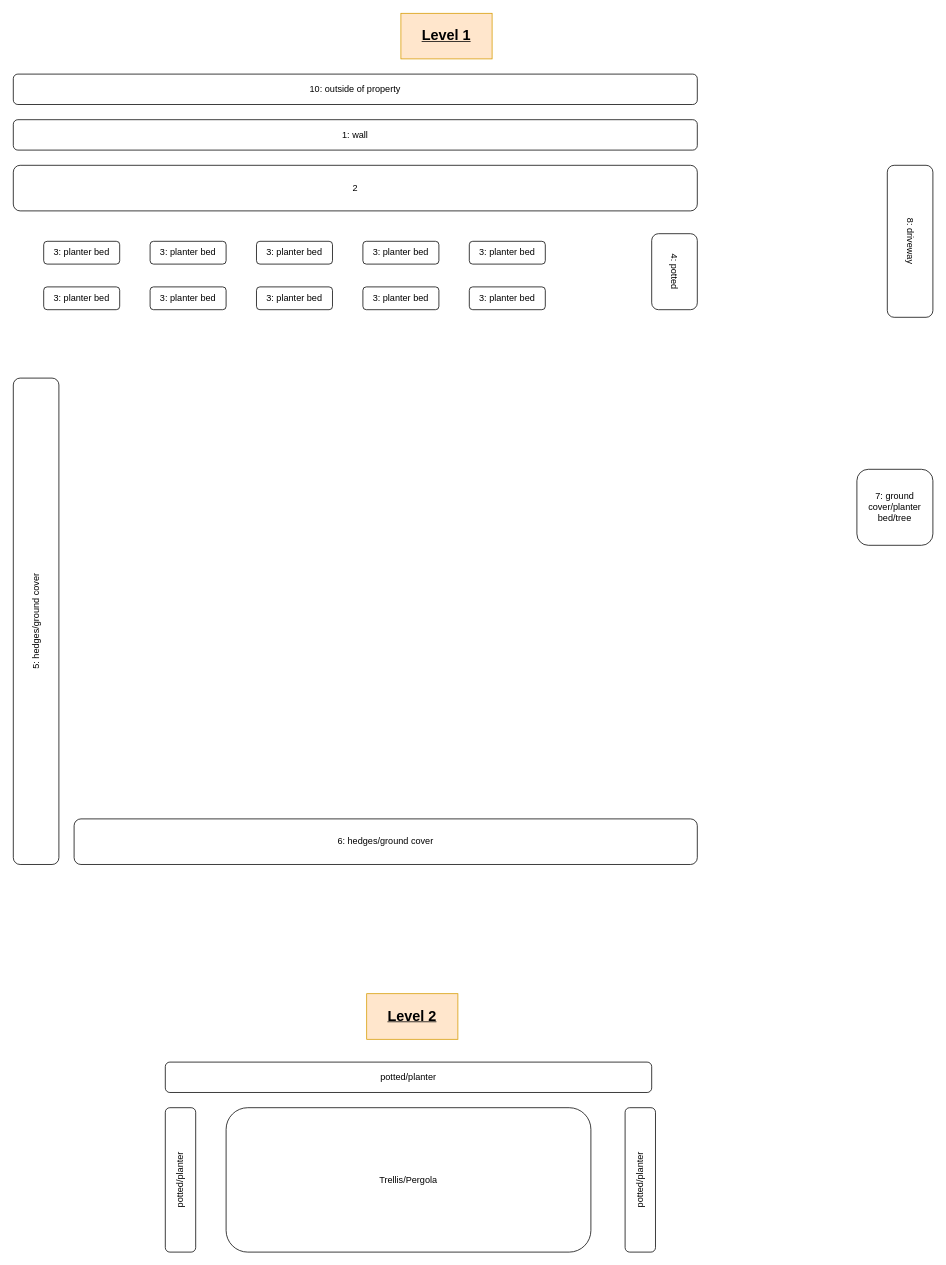
The draw.io diagram gardening_planning.drawio in vigneshvalliappan/gardening, before the edit. Source tidied: cells renumbered, new cells numbered last; positions are measured from the earlier drawing's top-left corner, leaving out a move shared by most shapes. Both pictures are drawn from the tidied source at 76%, with x=0, y=0 at pixel (-207, 13).
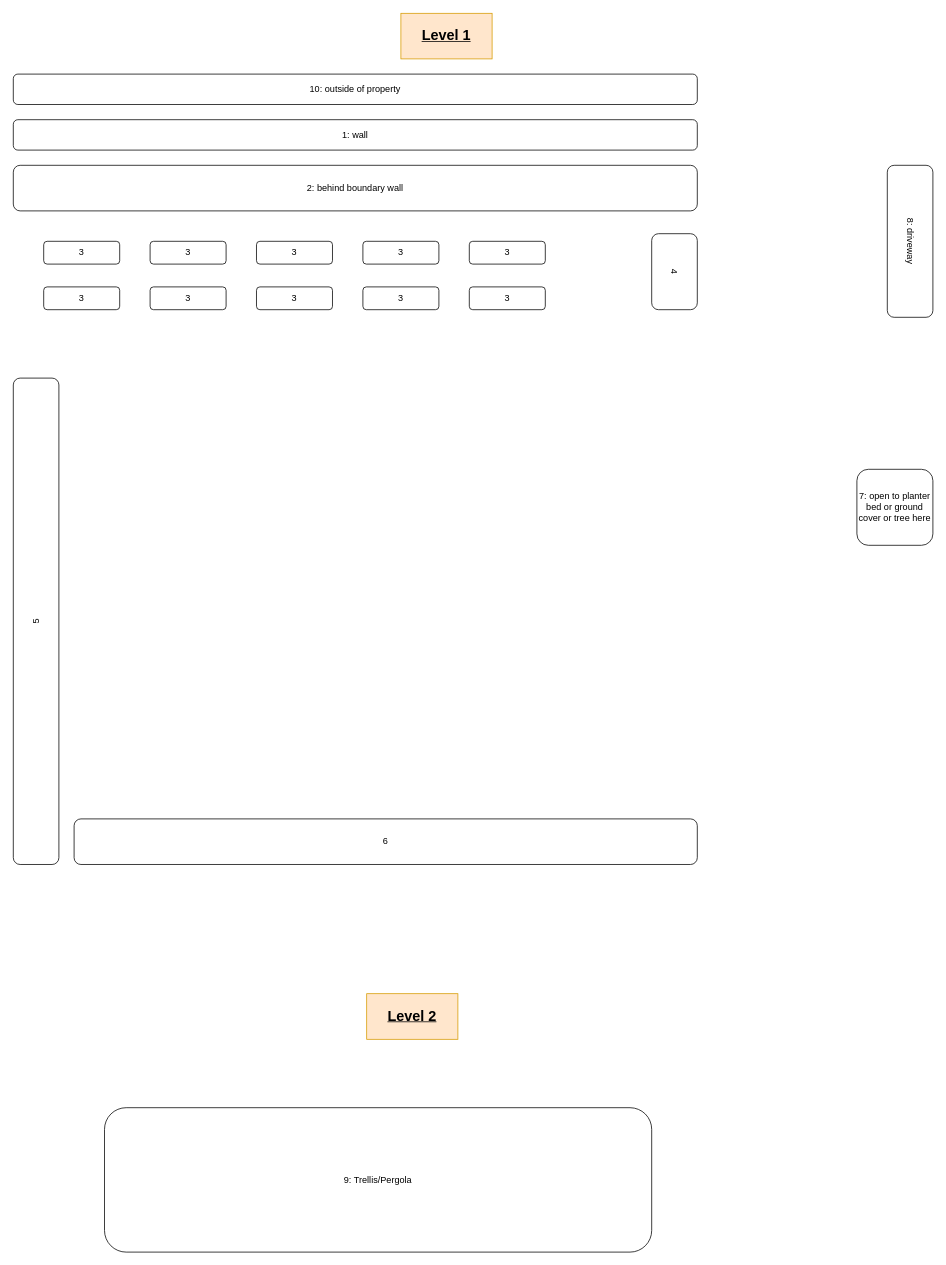
The same page after the edit.

The edit, as a diff of the source:
```diff
@@
-    <mxCell id="2" value="3: planter bed" style="rounded=1;whiteSpace=wrap;html=1;" parent="1" vertex="1">
+    <mxCell id="2" value="3" style="rounded=1;whiteSpace=wrap;html=1;" parent="1" vertex="1">
       <mxGeometry x="330" y="300" width="100" height="30" as="geometry" />
     </mxCell>
-    <mxCell id="3" value="3: planter bed" style="rounded=1;whiteSpace=wrap;html=1;" parent="1" vertex="1">
+    <mxCell id="3" value="3" style="rounded=1;whiteSpace=wrap;html=1;" parent="1" vertex="1">
       <mxGeometry x="330" y="360" width="100" height="30" as="geometry" />
     </mxCell>
-    <mxCell id="4" value="3: planter bed" style="rounded=1;whiteSpace=wrap;html=1;" parent="1" vertex="1">
+    <mxCell id="4" value="3" style="rounded=1;whiteSpace=wrap;html=1;" parent="1" vertex="1">
       <mxGeometry x="470" y="300" width="100" height="30" as="geometry" />
     </mxCell>
-    <mxCell id="5" value="3: planter bed" style="rounded=1;whiteSpace=wrap;html=1;" parent="1" vertex="1">
+    <mxCell id="5" value="3" style="rounded=1;whiteSpace=wrap;html=1;" parent="1" vertex="1">
       <mxGeometry x="470" y="360" width="100" height="30" as="geometry" />
     </mxCell>
-    <mxCell id="6" value="3: planter bed" style="rounded=1;whiteSpace=wrap;html=1;" parent="1" vertex="1">
+    <mxCell id="6" value="3" style="rounded=1;whiteSpace=wrap;html=1;" parent="1" vertex="1">
       <mxGeometry x="610" y="300" width="100" height="30" as="geometry" />
     </mxCell>
-    <mxCell id="7" value="3: planter bed" style="rounded=1;whiteSpace=wrap;html=1;" parent="1" vertex="1">
+    <mxCell id="7" value="3" style="rounded=1;whiteSpace=wrap;html=1;" parent="1" vertex="1">
       <mxGeometry x="610" y="360" width="100" height="30" as="geometry" />
     </mxCell>
-    <mxCell id="8" value="3: planter bed" style="rounded=1;whiteSpace=wrap;html=1;" parent="1" vertex="1">
+    <mxCell id="8" value="3" style="rounded=1;whiteSpace=wrap;html=1;" parent="1" vertex="1">
       <mxGeometry x="750" y="300" width="100" height="30" as="geometry" />
     </mxCell>
-    <mxCell id="9" value="3: planter bed" style="rounded=1;whiteSpace=wrap;html=1;" parent="1" vertex="1">
+    <mxCell id="9" value="3" style="rounded=1;whiteSpace=wrap;html=1;" parent="1" vertex="1">
       <mxGeometry x="750" y="360" width="100" height="30" as="geometry" />
     </mxCell>
-    <mxCell id="10" value="3: planter bed" style="rounded=1;whiteSpace=wrap;html=1;" parent="1" vertex="1">
+    <mxCell id="10" value="3" style="rounded=1;whiteSpace=wrap;html=1;" parent="1" vertex="1">
       <mxGeometry x="890" y="300" width="100" height="30" as="geometry" />
     </mxCell>
-    <mxCell id="11" value="3: planter bed" style="rounded=1;whiteSpace=wrap;html=1;" parent="1" vertex="1">
+    <mxCell id="11" value="3" style="rounded=1;whiteSpace=wrap;html=1;" parent="1" vertex="1">
       <mxGeometry x="890" y="360" width="100" height="30" as="geometry" />
     </mxCell>
-    <mxCell id="12" value="2" style="rounded=1;whiteSpace=wrap;html=1;" parent="1" vertex="1">
+    <mxCell id="12" value="2: behind boundary wall" style="rounded=1;whiteSpace=wrap;html=1;" parent="1" vertex="1">
       <mxGeometry x="290" y="200" width="900" height="60" as="geometry" />
     </mxCell>
@@
-    <mxCell id="14" value="5: hedges/ground cover" style="rounded=1;whiteSpace=wrap;html=1;rotation=-90;" parent="1" vertex="1">
+    <mxCell id="14" value="5" style="rounded=1;whiteSpace=wrap;html=1;rotation=-90;" parent="1" vertex="1">
       <mxGeometry y="770" width="640" height="60" as="geometry" />
     </mxCell>
-    <mxCell id="15" value="6: hedges/ground cover" style="rounded=1;whiteSpace=wrap;html=1;" parent="1" vertex="1">
+    <mxCell id="15" value="6" style="rounded=1;whiteSpace=wrap;html=1;" parent="1" vertex="1">
       <mxGeometry x="370" y="1060" width="820" height="60" as="geometry" />
     </mxCell>
-    <mxCell id="16" value="7: ground cover/planter bed/tree" style="rounded=1;whiteSpace=wrap;html=1;" parent="1" vertex="1">
+    <mxCell id="16" value="7: open to planter bed or ground cover or tree here" style="rounded=1;whiteSpace=wrap;html=1;" parent="1" vertex="1">
       <mxGeometry x="1400" y="600" width="100" height="100" as="geometry" />
     </mxCell>
@@
-    <mxCell id="19" value="Trellis/Pergola" style="rounded=1;whiteSpace=wrap;html=1;" parent="1" vertex="1">
-      <mxGeometry x="570" y="1440" width="480" height="190" as="geometry" />
+    <mxCell id="19" value="9: Trellis/Pergola" style="rounded=1;whiteSpace=wrap;html=1;" parent="1" vertex="1">
+      <mxGeometry x="410" y="1440" width="720" height="190" as="geometry" />
     </mxCell>
-    <mxCell id="20" value="potted/planter" style="rounded=1;whiteSpace=wrap;html=1;" parent="1" vertex="1">
-      <mxGeometry x="490" y="1380" width="640" height="40" as="geometry" />
-    </mxCell>
-    <mxCell id="21" value="potted/planter" style="rounded=1;whiteSpace=wrap;html=1;rotation=-90;" parent="1" vertex="1">
-      <mxGeometry x="415" y="1515" width="190" height="40" as="geometry" />
-    </mxCell>
-    <mxCell id="22" value="potted/planter" style="rounded=1;whiteSpace=wrap;html=1;rotation=-90;" parent="1" vertex="1">
-      <mxGeometry x="1020" y="1515" width="190" height="40" as="geometry" />
-    </mxCell>
@@
-    <mxCell id="25" value="4: potted" style="rounded=1;whiteSpace=wrap;html=1;rotation=90;" parent="1" vertex="1">
+    <mxCell id="25" value="4" style="rounded=1;whiteSpace=wrap;html=1;rotation=90;" parent="1" vertex="1">
       <mxGeometry x="1110" y="310" width="100" height="60" as="geometry" />
     </mxCell>
```
